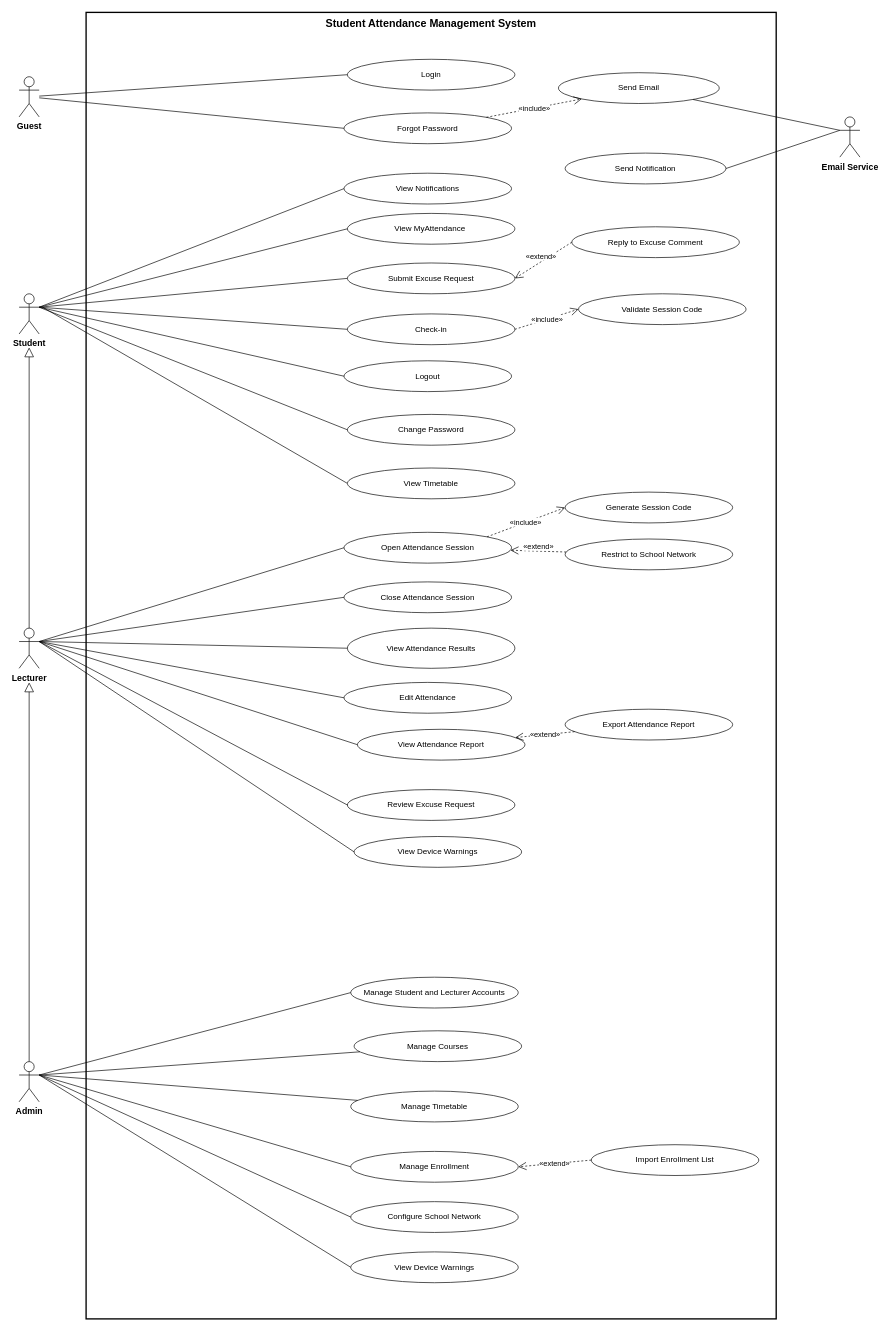
The draw.io diagram Student_Attendance_Usecase.drawio.xml in QnTIie2409/CNPM-GROUP03, before the edit. Source tidied: cells renumbered, new cells numbered last; positions are measured from the earlier drawing's top-left corner, leaving out a move shared by most shapes. Both pictures are drawn from the tidied source at 67%, with x=0, y=0 at pixel (19, 12).
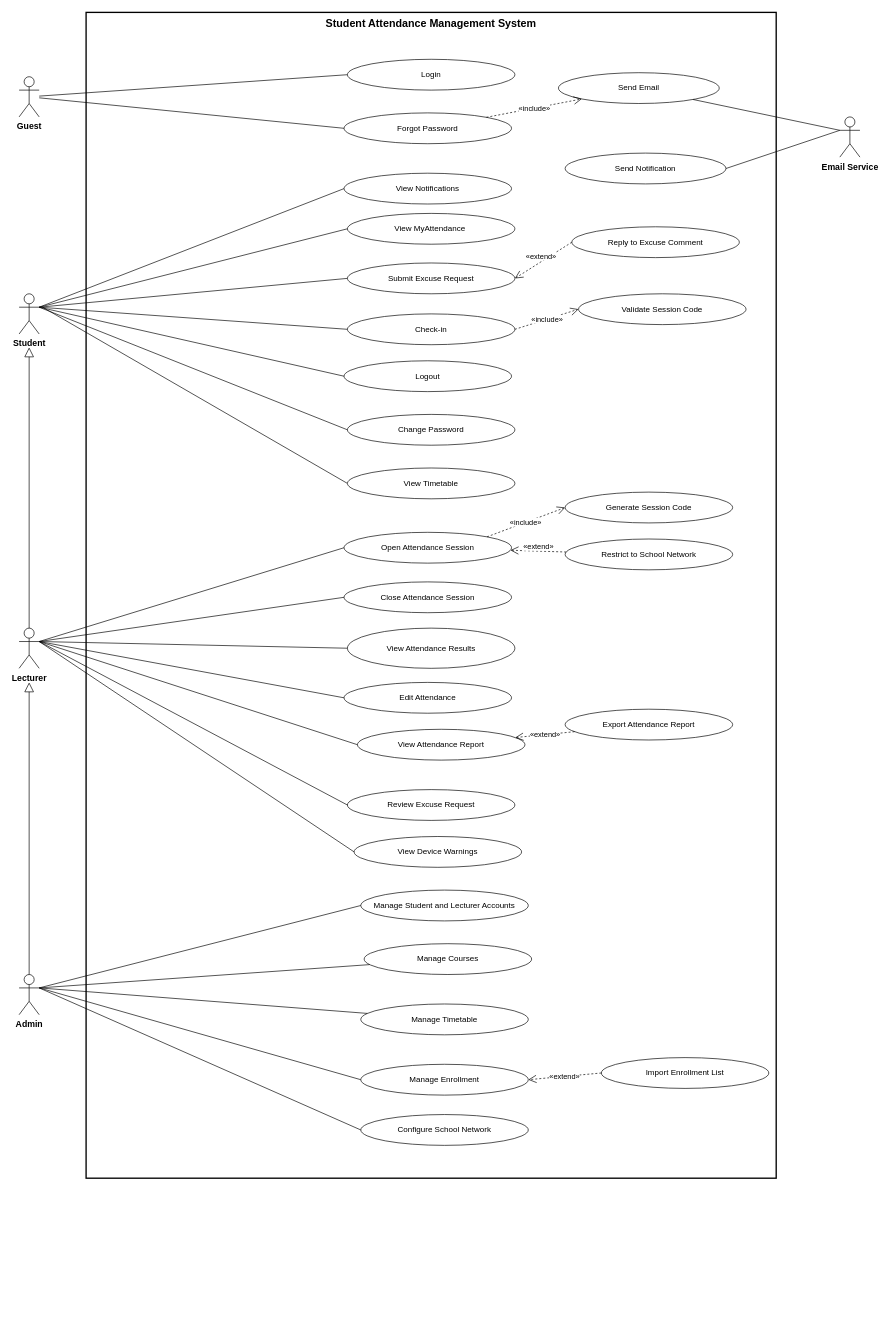
After the change.

The edit, as a diff of the source:
```diff
@@
     <mxCell id="2" value="Student Attendance Management System" style="rounded=0;whiteSpace=wrap;html=1;fillColor=none;verticalAlign=top;fontStyle=1;fontSize=16;strokeWidth=2;" parent="1" vertex="1">
-      <mxGeometry x="100" width="1030" height="1950" as="geometry" />
+      <mxGeometry x="100" width="1030" height="1740" as="geometry" />
     </mxCell>
@@
     <mxCell id="6" value="Admin" style="shape=umlActor;verticalLabelPosition=bottom;verticalAlign=top;html=1;outlineConnect=0;fontStyle=1;fontSize=13;" parent="1" vertex="1">
-      <mxGeometry y="1566" width="30" height="60" as="geometry" />
+      <mxGeometry y="1436" width="30" height="60" as="geometry" />
     </mxCell>
@@
-    <mxCell id="26" value="View Device Warnings" style="ellipse;whiteSpace=wrap;html=1;fontSize=12;fillColor=#ffffff;strokeColor=#000000;" parent="1" vertex="1">
-      <mxGeometry x="495" y="1850" width="250" height="46" as="geometry" />
-    </mxCell>
@@
     <mxCell id="28" value="Manage Student and Lecturer Accounts" style="ellipse;whiteSpace=wrap;html=1;fontSize=12;fillColor=#ffffff;strokeColor=#000000;" parent="1" vertex="1">
-      <mxGeometry x="495" y="1440" width="250" height="46" as="geometry" />
+      <mxGeometry x="510" y="1310" width="250" height="46" as="geometry" />
     </mxCell>
     <mxCell id="29" value="Manage Courses" style="ellipse;whiteSpace=wrap;html=1;fontSize=12;fillColor=#ffffff;strokeColor=#000000;" parent="1" vertex="1">
-      <mxGeometry x="500" y="1520" width="250" height="46" as="geometry" />
+      <mxGeometry x="515" y="1390" width="250" height="46" as="geometry" />
     </mxCell>
     <mxCell id="30" value="Manage Timetable" style="ellipse;whiteSpace=wrap;html=1;fontSize=12;fillColor=#ffffff;strokeColor=#000000;" parent="1" vertex="1">
-      <mxGeometry x="495" y="1610" width="250" height="46" as="geometry" />
+      <mxGeometry x="510" y="1480" width="250" height="46" as="geometry" />
     </mxCell>
     <mxCell id="31" value="Manage Enrollment" style="ellipse;whiteSpace=wrap;html=1;fontSize=12;fillColor=#ffffff;strokeColor=#000000;" parent="1" vertex="1">
-      <mxGeometry x="495" y="1700" width="250" height="46" as="geometry" />
+      <mxGeometry x="510" y="1570" width="250" height="46" as="geometry" />
     </mxCell>
     <mxCell id="32" value="Import Enrollment List" style="ellipse;whiteSpace=wrap;html=1;fontSize=12;fillColor=#ffffff;strokeColor=#000000;" parent="1" vertex="1">
-      <mxGeometry x="854" y="1690" width="250" height="46" as="geometry" />
+      <mxGeometry x="869" y="1560" width="250" height="46" as="geometry" />
     </mxCell>
     <mxCell id="33" value="Configure School Network" style="ellipse;whiteSpace=wrap;html=1;fontSize=12;fillColor=#ffffff;strokeColor=#000000;" parent="1" vertex="1">
-      <mxGeometry x="495" y="1775" width="250" height="46" as="geometry" />
+      <mxGeometry x="510" y="1645" width="250" height="46" as="geometry" />
     </mxCell>
@@
-    <mxCell id="46" style="endArrow=none;html=1;rounded=0;strokeColor=#000000;entryX=0;entryY=0.5;entryDx=0;entryDy=0;exitX=1;exitY=0.3333333333333333;exitDx=0;exitDy=0;exitPerimeter=0;" parent="1" edge="1" source="6" target="26">
-      <mxGeometry x="-0.21" relative="1" as="geometry" />
-    </mxCell>
```
